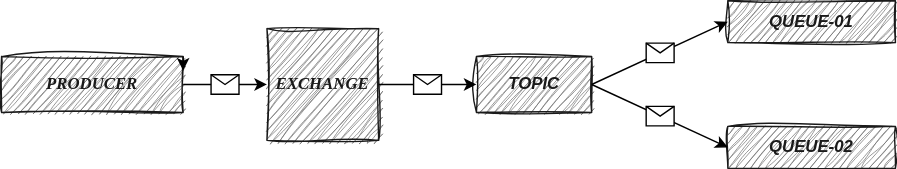
ramiralvesmelo/spring-boot-projetos keeps this draw.io diagram as kafka/kafka.drawio.svg. Above is the earlier version. Source tidied: cells renumbered, new cells last; positions are measured from the earlier drawing's top-left corner, leaving out a move shared by most shapes.
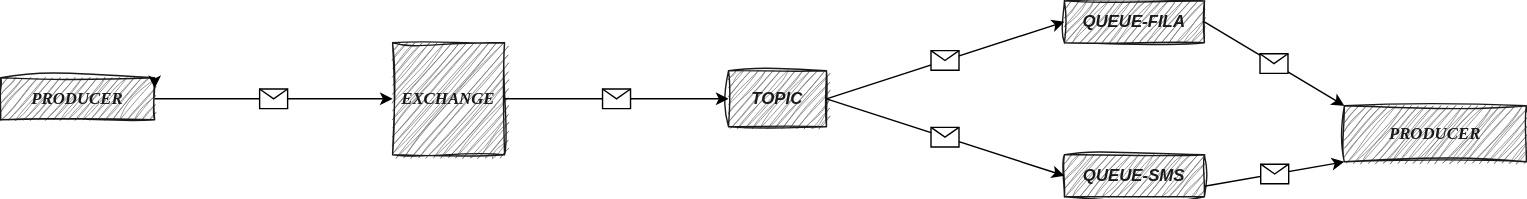
After the change.

Change to the diagram source:
```diff
@@ -3,16 +3,16 @@
     <mxCell id="0" />
     <mxCell id="1" parent="0" />
     <mxCell id="2" value="&lt;font color=&quot;#1a1a1a&quot; style=&quot;&quot; face=&quot;Comic Sans MS&quot;&gt;PRODUCER&lt;/font&gt;" style="rounded=0;whiteSpace=wrap;html=1;fillColor=#6E6E6E;fontColor=#ffffff;strokeColor=#1A1A1A;glass=0;shadow=0;sketch=1;curveFitting=1;jiggle=2;fontStyle=3;labelBorderColor=none;" parent="1" vertex="1">
-      <mxGeometry y="40" width="130" height="40" as="geometry" />
+      <mxGeometry x="-1960" y="20" width="110" height="30" as="geometry" />
     </mxCell>
     <mxCell id="3" value="&lt;font color=&quot;#1a1a1a&quot; face=&quot;Comic Sans MS&quot;&gt;EXCHANGE&lt;/font&gt;" style="rounded=0;whiteSpace=wrap;html=1;fillColor=#6E6E6E;fontColor=#ffffff;strokeColor=#1A1A1A;glass=0;shadow=0;sketch=1;curveFitting=1;jiggle=2;fontStyle=3;labelBorderColor=none;" parent="1" vertex="1">
-      <mxGeometry x="190" y="20" width="80" height="80" as="geometry" />
+      <mxGeometry x="-1680" y="-5" width="80" height="80" as="geometry" />
     </mxCell>
-    <mxCell id="4" value="&lt;font color=&quot;#1a1a1a&quot;&gt;QUEUE-02&lt;/font&gt;" style="rounded=0;whiteSpace=wrap;html=1;fillColor=#6E6E6E;fontColor=#ffffff;strokeColor=#1A1A1A;glass=0;shadow=0;sketch=1;curveFitting=1;jiggle=2;fontStyle=3;labelBorderColor=none;" parent="1" vertex="1">
-      <mxGeometry x="520" y="90" width="120" height="30" as="geometry" />
+    <mxCell id="4" value="&lt;font color=&quot;#1a1a1a&quot;&gt;QUEUE-SMS&lt;/font&gt;" style="rounded=0;whiteSpace=wrap;html=1;fillColor=#6E6E6E;fontColor=#ffffff;strokeColor=#1A1A1A;glass=0;shadow=0;fontStyle=3;labelBorderColor=none;sketch=1;curveFitting=1;jiggle=2;fillOpacity=100;" parent="1" vertex="1">
+      <mxGeometry x="-1200" y="75" width="100" height="30" as="geometry" />
     </mxCell>
-    <mxCell id="5" value="&lt;font color=&quot;#1a1a1a&quot;&gt;QUEUE-01&lt;/font&gt;" style="rounded=0;whiteSpace=wrap;html=1;fillColor=#6E6E6E;fontColor=#ffffff;strokeColor=#1A1A1A;glass=0;shadow=0;sketch=1;curveFitting=1;jiggle=2;fontStyle=3;labelBorderColor=none;" parent="1" vertex="1">
-      <mxGeometry x="520" width="120" height="30" as="geometry" />
+    <mxCell id="5" value="&lt;font color=&quot;#1a1a1a&quot;&gt;QUEUE-FILA&lt;/font&gt;" style="rounded=0;whiteSpace=wrap;html=1;fillColor=#6E6E6E;fontColor=#ffffff;strokeColor=#1A1A1A;glass=0;shadow=0;sketch=1;curveFitting=1;jiggle=2;fontStyle=3;labelBorderColor=none;" parent="1" vertex="1">
+      <mxGeometry x="-1200" y="-35" width="100" height="30" as="geometry" />
     </mxCell>
     <mxCell id="6" style="endArrow=classic;html=1;exitX=1;exitY=0.5;exitDx=0;exitDy=0;" parent="1" edge="1" source="2" target="3">
       <mxGeometry relative="1" as="geometry" />
@@ -23,7 +23,7 @@
       </mxGeometry>
     </mxCell>
     <mxCell id="8" value="&lt;font color=&quot;#1a1a1a&quot;&gt;TOPIC&lt;/font&gt;" style="rounded=0;whiteSpace=wrap;html=1;fillColor=#6E6E6E;fontColor=#ffffff;strokeColor=#1A1A1A;glass=0;shadow=0;sketch=1;curveFitting=1;jiggle=2;fontStyle=3;labelBorderColor=none;" parent="1" vertex="1">
-      <mxGeometry x="340" y="40" width="82.5" height="40" as="geometry" />
+      <mxGeometry x="-1440" y="15" width="70" height="40" as="geometry" />
     </mxCell>
     <mxCell id="9" style="endArrow=classic;html=1;exitX=1;exitY=0.5;exitDx=0;exitDy=0;entryX=0;entryY=0.5;entryDx=0;entryDy=0;" parent="1" edge="1" source="8" target="4">
       <mxGeometry relative="1" as="geometry" />
@@ -52,5 +52,24 @@
     <mxCell id="15" style="edgeStyle=none;html=1;exitX=1;exitY=0;exitDx=0;exitDy=0;entryX=1;entryY=0.25;entryDx=0;entryDy=0;" parent="1" edge="1" source="2" target="2">
       <mxGeometry relative="1" as="geometry" />
     </mxCell>
+    <mxCell id="16" value="&lt;font color=&quot;#1a1a1a&quot; style=&quot;&quot; face=&quot;Comic Sans MS&quot;&gt;PRODUCER&lt;/font&gt;" style="rounded=0;whiteSpace=wrap;html=1;fillColor=#6E6E6E;fontColor=#ffffff;strokeColor=#1A1A1A;glass=0;shadow=0;sketch=1;curveFitting=1;jiggle=2;fontStyle=3;labelBorderColor=none;" parent="1" vertex="1">
+      <mxGeometry x="-1000" y="40" width="130" height="40" as="geometry" />
+    </mxCell>
+    <mxCell id="17" style="endArrow=classic;html=1;exitX=1;exitY=0.5;exitDx=0;exitDy=0;entryX=0;entryY=0;entryDx=0;entryDy=0;" parent="1" edge="1" source="5" target="16">
+      <mxGeometry relative="1" as="geometry" />
+    </mxCell>
+    <mxCell id="18" style="shape=message;html=1;" parent="17" vertex="1">
+      <mxGeometry width="20" height="14" relative="1" as="geometry">
+        <mxPoint x="-10" y="-7" as="offset" />
+      </mxGeometry>
+    </mxCell>
+    <mxCell id="19" style="endArrow=classic;html=1;exitX=1;exitY=0.75;exitDx=0;exitDy=0;entryX=0;entryY=1;entryDx=0;entryDy=0;" parent="1" edge="1" source="4" target="16">
+      <mxGeometry relative="1" as="geometry" />
+    </mxCell>
+    <mxCell id="20" style="shape=message;html=1;" parent="19" vertex="1">
+      <mxGeometry width="20" height="14" relative="1" as="geometry">
+        <mxPoint x="-10" y="-7" as="offset" />
+      </mxGeometry>
+    </mxCell>
   </root>
 </mxGraphModel>
```
